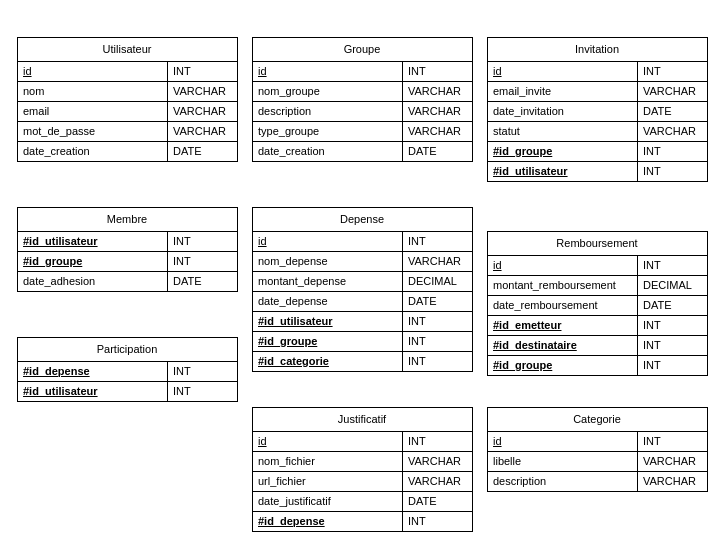
Before: SUPCOUNT/MODELISATION/mpd.drawio in KNANETTE/PROJET_SQL_-BSIC-2, a draw.io diagram. Source tidied: cells renumbered, new cells numbered last; positions are measured from the earlier drawing's top-left corner, leaving out a move shared by most shapes. Both pictures are drawn from the tidied source at 100%, with x=0, y=0 at pixel (17, 37).
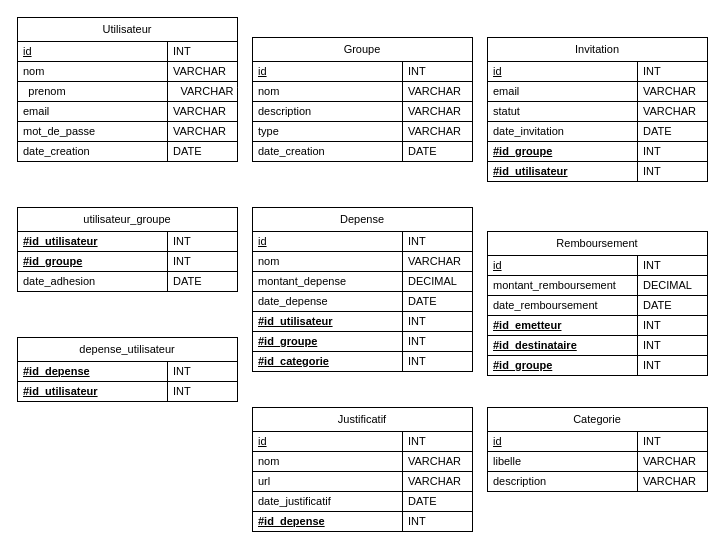
After the change.

Unchanged cells that the change refers to:
```xml
<mxCell id="7" value="email" style="rounded=0;whiteSpace=wrap;html=1;fillColor=#ffffff;strokeColor=#000000;fontColor=#000000;fontSize=11;align=left;spacingLeft=4;fontStyle=0;" parent="1" vertex="1">
  <mxGeometry y="64" width="150" height="20" as="geometry" />
</mxCell>
<mxCell id="8" value="VARCHAR" style="rounded=0;whiteSpace=wrap;html=1;fillColor=#ffffff;strokeColor=#000000;fontColor=#000000;fontSize=11;align=left;spacingLeft=4;" parent="1" vertex="1">
  <mxGeometry x="150" y="64" width="70" height="20" as="geometry" />
</mxCell>
```

The edit, as a diff of the source:
```diff
@@
     <mxCell id="2" value="Utilisateur" style="rounded=0;whiteSpace=wrap;html=1;fillColor=#ffffff;strokeColor=#000000;fontColor=#000000;fontSize=11;align=center;" parent="1" vertex="1">
-      <mxGeometry width="220" height="24" as="geometry" />
+      <mxGeometry y="-20" width="220" height="24" as="geometry" />
     </mxCell>
     <mxCell id="3" value="id" style="rounded=0;whiteSpace=wrap;html=1;fillColor=#ffffff;strokeColor=#000000;fontColor=#000000;fontSize=11;align=left;spacingLeft=4;fontStyle=4;" parent="1" vertex="1">
-      <mxGeometry y="24" width="150" height="20" as="geometry" />
+      <mxGeometry y="4" width="150" height="20" as="geometry" />
     </mxCell>
     <mxCell id="4" value="INT" style="rounded=0;whiteSpace=wrap;html=1;fillColor=#ffffff;strokeColor=#000000;fontColor=#000000;fontSize=11;align=left;spacingLeft=4;" parent="1" vertex="1">
-      <mxGeometry x="150" y="24" width="70" height="20" as="geometry" />
+      <mxGeometry x="150" y="4" width="70" height="20" as="geometry" />
     </mxCell>
     <mxCell id="5" value="nom" style="rounded=0;whiteSpace=wrap;html=1;fillColor=#ffffff;strokeColor=#000000;fontColor=#000000;fontSize=11;align=left;spacingLeft=4;fontStyle=0;" parent="1" vertex="1">
-      <mxGeometry y="44" width="150" height="20" as="geometry" />
+      <mxGeometry y="24" width="150" height="20" as="geometry" />
     </mxCell>
     <mxCell id="6" value="VARCHAR" style="rounded=0;whiteSpace=wrap;html=1;fillColor=#ffffff;strokeColor=#000000;fontColor=#000000;fontSize=11;align=left;spacingLeft=4;" parent="1" vertex="1">
-      <mxGeometry x="150" y="44" width="70" height="20" as="geometry" />
+      <mxGeometry x="150" y="24" width="70" height="20" as="geometry" />
     </mxCell>
@@
-    <mxCell id="16" value="nom_groupe" style="rounded=0;whiteSpace=wrap;html=1;fillColor=#ffffff;strokeColor=#000000;fontColor=#000000;fontSize=11;align=left;spacingLeft=4;fontStyle=0;" parent="1" vertex="1">
+    <mxCell id="16" value="nom" style="rounded=0;whiteSpace=wrap;html=1;fillColor=#ffffff;strokeColor=#000000;fontColor=#000000;fontSize=11;align=left;spacingLeft=4;fontStyle=0;" parent="1" vertex="1">
       <mxGeometry x="235" y="44" width="150" height="20" as="geometry" />
     </mxCell>
@@
-    <mxCell id="20" value="type_groupe" style="rounded=0;whiteSpace=wrap;html=1;fillColor=#ffffff;strokeColor=#000000;fontColor=#000000;fontSize=11;align=left;spacingLeft=4;fontStyle=0;" parent="1" vertex="1">
+    <mxCell id="20" value="type" style="rounded=0;whiteSpace=wrap;html=1;fillColor=#ffffff;strokeColor=#000000;fontColor=#000000;fontSize=11;align=left;spacingLeft=4;fontStyle=0;" parent="1" vertex="1">
       <mxGeometry x="235" y="84" width="150" height="20" as="geometry" />
     </mxCell>
@@
-    <mxCell id="27" value="email_invite" style="rounded=0;whiteSpace=wrap;html=1;fillColor=#ffffff;strokeColor=#000000;fontColor=#000000;fontSize=11;align=left;spacingLeft=4;fontStyle=0;" parent="1" vertex="1">
+    <mxCell id="27" value="email" style="rounded=0;whiteSpace=wrap;html=1;fillColor=#ffffff;strokeColor=#000000;fontColor=#000000;fontSize=11;align=left;spacingLeft=4;fontStyle=0;" parent="1" vertex="1">
       <mxGeometry x="470" y="44" width="150" height="20" as="geometry" />
     </mxCell>
@@
     <mxCell id="29" value="date_invitation" style="rounded=0;whiteSpace=wrap;html=1;fillColor=#ffffff;strokeColor=#000000;fontColor=#000000;fontSize=11;align=left;spacingLeft=4;fontStyle=0;" parent="1" vertex="1">
-      <mxGeometry x="470" y="64" width="150" height="20" as="geometry" />
+      <mxGeometry x="470" y="84" width="150" height="20" as="geometry" />
     </mxCell>
-    <mxCell id="30" value="DATE" style="rounded=0;whiteSpace=wrap;html=1;fillColor=#ffffff;strokeColor=#000000;fontColor=#000000;fontSize=11;align=left;spacingLeft=4;" parent="1" vertex="1">
+    <mxCell id="30" value="VARCHAR" style="rounded=0;whiteSpace=wrap;html=1;fillColor=#ffffff;strokeColor=#000000;fontColor=#000000;fontSize=11;align=left;spacingLeft=4;" parent="1" vertex="1">
       <mxGeometry x="620" y="64" width="70" height="20" as="geometry" />
     </mxCell>
     <mxCell id="31" value="statut" style="rounded=0;whiteSpace=wrap;html=1;fillColor=#ffffff;strokeColor=#000000;fontColor=#000000;fontSize=11;align=left;spacingLeft=4;fontStyle=0;" parent="1" vertex="1">
-      <mxGeometry x="470" y="84" width="150" height="20" as="geometry" />
+      <mxGeometry x="470" y="64" width="150" height="20" as="geometry" />
     </mxCell>
-    <mxCell id="32" value="VARCHAR" style="rounded=0;whiteSpace=wrap;html=1;fillColor=#ffffff;strokeColor=#000000;fontColor=#000000;fontSize=11;align=left;spacingLeft=4;" parent="1" vertex="1">
+    <mxCell id="32" value="DATE" style="rounded=0;whiteSpace=wrap;html=1;fillColor=#ffffff;strokeColor=#000000;fontColor=#000000;fontSize=11;align=left;spacingLeft=4;" parent="1" vertex="1">
       <mxGeometry x="620" y="84" width="70" height="20" as="geometry" />
     </mxCell>
@@
-    <mxCell id="37" value="Membre" style="rounded=0;whiteSpace=wrap;html=1;fillColor=#ffffff;strokeColor=#000000;fontColor=#000000;fontSize=11;align=center;" parent="1" vertex="1">
+    <mxCell id="37" value="&lt;span style=&quot;color: rgb(0, 0, 0);&quot;&gt;utilisateur_groupe&lt;/span&gt;" style="rounded=0;whiteSpace=wrap;html=1;fillColor=#ffffff;strokeColor=#000000;fontColor=#000000;fontSize=11;align=center;" parent="1" vertex="1">
       <mxGeometry y="170" width="220" height="24" as="geometry" />
     </mxCell>
@@
-    <mxCell id="47" value="nom_depense" style="rounded=0;whiteSpace=wrap;html=1;fillColor=#ffffff;strokeColor=#000000;fontColor=#000000;fontSize=11;align=left;spacingLeft=4;fontStyle=0;" parent="1" vertex="1">
+    <mxCell id="47" value="nom" style="rounded=0;whiteSpace=wrap;html=1;fillColor=#ffffff;strokeColor=#000000;fontColor=#000000;fontSize=11;align=left;spacingLeft=4;fontStyle=0;" parent="1" vertex="1">
       <mxGeometry x="235" y="214" width="150" height="20" as="geometry" />
     </mxCell>
@@
-    <mxCell id="72" value="Participation" style="rounded=0;whiteSpace=wrap;html=1;fillColor=#ffffff;strokeColor=#000000;fontColor=#000000;fontSize=11;align=center;" parent="1" vertex="1">
+    <mxCell id="72" value="&lt;span style=&quot;color: rgb(0, 0, 0);&quot;&gt;depense_utilisateur&lt;/span&gt;" style="rounded=0;whiteSpace=wrap;html=1;fillColor=#ffffff;strokeColor=#000000;fontColor=#000000;fontSize=11;align=center;" parent="1" vertex="1">
       <mxGeometry y="300" width="220" height="24" as="geometry" />
     </mxCell>
@@
-    <mxCell id="80" value="nom_fichier" style="rounded=0;whiteSpace=wrap;html=1;fillColor=#ffffff;strokeColor=#000000;fontColor=#000000;fontSize=11;align=left;spacingLeft=4;fontStyle=0;" parent="1" vertex="1">
+    <mxCell id="80" value="nom" style="rounded=0;whiteSpace=wrap;html=1;fillColor=#ffffff;strokeColor=#000000;fontColor=#000000;fontSize=11;align=left;spacingLeft=4;fontStyle=0;" parent="1" vertex="1">
       <mxGeometry x="235" y="414" width="150" height="20" as="geometry" />
     </mxCell>
@@
-    <mxCell id="82" value="url_fichier" style="rounded=0;whiteSpace=wrap;html=1;fillColor=#ffffff;strokeColor=#000000;fontColor=#000000;fontSize=11;align=left;spacingLeft=4;fontStyle=0;" parent="1" vertex="1">
+    <mxCell id="82" value="url" style="rounded=0;whiteSpace=wrap;html=1;fillColor=#ffffff;strokeColor=#000000;fontColor=#000000;fontSize=11;align=left;spacingLeft=4;fontStyle=0;" parent="1" vertex="1">
       <mxGeometry x="235" y="434" width="150" height="20" as="geometry" />
     </mxCell>
@@
+    <mxCell id="95" value="&lt;span style=&quot;color: rgb(0, 0, 0); font-size: 11px; text-align: left;&quot;&gt;prenom&lt;/span&gt;" style="text;html=1;whiteSpace=wrap;strokeColor=none;fillColor=none;align=center;verticalAlign=middle;rounded=0;" parent="1" vertex="1">
+      <mxGeometry y="39" width="60" height="30" as="geometry" />
+    </mxCell>
+    <mxCell id="96" style="endArrow=none;html=1;exitX=1;exitY=0;exitDx=0;exitDy=0;" parent="1" edge="1" source="8">
+      <mxGeometry x="-0.59" relative="1" as="geometry">
+        <mxPoint x="220" y="50" as="targetPoint" />
+        <Array as="points">
+          <mxPoint x="220" y="40" />
+        </Array>
+      </mxGeometry>
+    </mxCell>
+    <mxCell id="97" style="endArrow=none;html=1;entryX=0;entryY=1;entryDx=0;entryDy=0;" parent="1" edge="1" target="3">
+      <mxGeometry relative="1" as="geometry">
+        <mxPoint y="70" as="sourcePoint" />
+      </mxGeometry>
+    </mxCell>
+    <mxCell id="98" style="endArrow=none;html=1;exitX=1;exitY=0;exitDx=0;exitDy=0;" parent="1" edge="1" source="7">
+      <mxGeometry relative="1" as="geometry">
+        <mxPoint x="150" y="40" as="targetPoint" />
+      </mxGeometry>
+    </mxCell>
+    <mxCell id="99" value="&lt;span style=&quot;color: rgb(0, 0, 0); font-size: 11px; text-align: left;&quot;&gt;VARCHAR&lt;/span&gt;" style="text;html=1;whiteSpace=wrap;strokeColor=none;fillColor=none;align=center;verticalAlign=middle;rounded=0;" parent="1" vertex="1">
+      <mxGeometry x="160" y="39" width="60" height="30" as="geometry" />
+    </mxCell>
```
